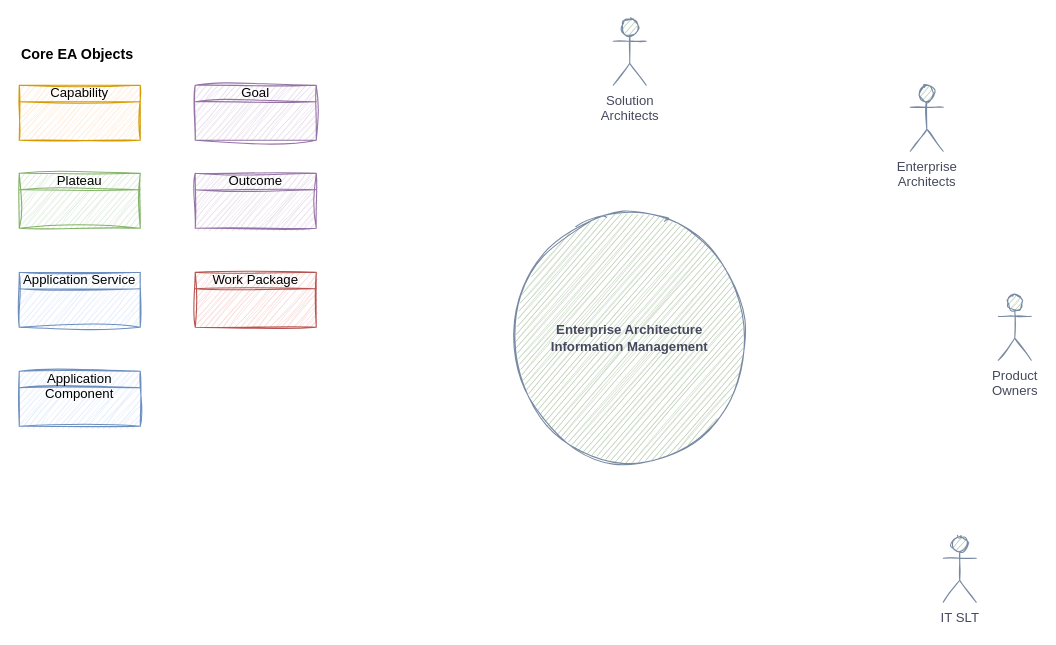
This is page "IT Orbus Context" (2 of 2) of TOM Management.drawio from martinlt/reference, a draw.io file, before an edit. Source tidied: cells renumbered, new cells numbered last; positions are measured from the earlier drawing's top-left corner, leaving out a move shared by most shapes. Both pictures are drawn from the tidied source at 110%, with x=0, y=0 at pixel (19, 19).
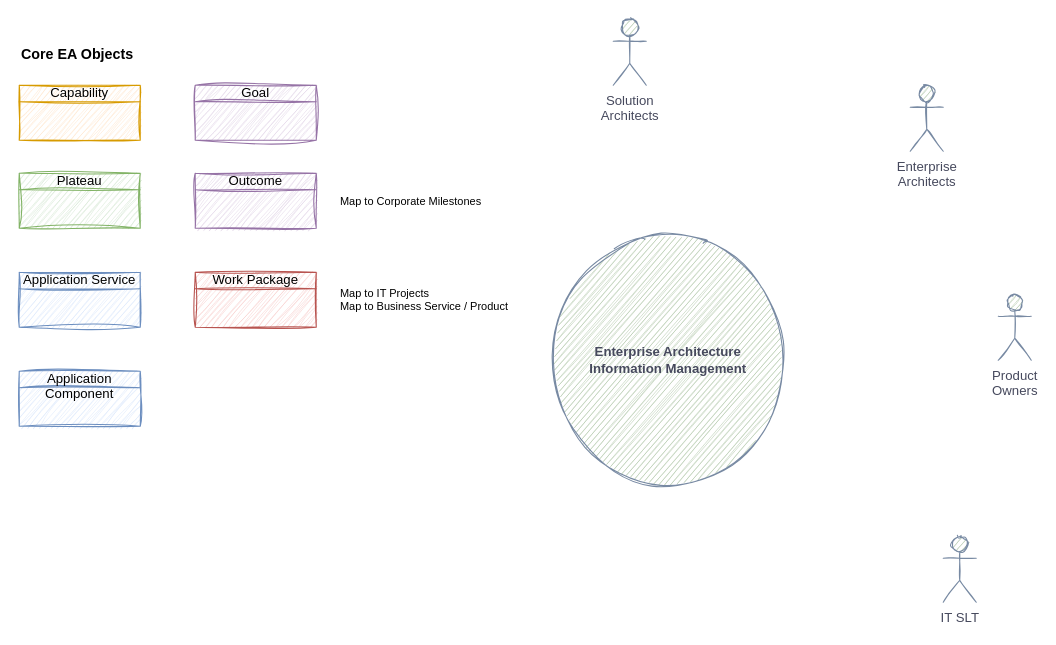
After the change.

Diff of the diagram source:
```diff
@@
 <mxGraphModel>
   <root>
     <mxCell id="0" />
     <mxCell id="1" parent="0" />
     <mxCell id="2" value="Enterprise Architecture&lt;br&gt;Information Management" style="ellipse;whiteSpace=wrap;html=1;sketch=1;fillColor=#B2C9AB;strokeColor=#788AA3;fontColor=#46495D;fontStyle=1;" parent="1" vertex="1">
-      <mxGeometry x="445" y="180" width="220" height="220" as="geometry" />
+      <mxGeometry x="480" y="200" width="220" height="220" as="geometry" />
     </mxCell>
     <mxCell id="3" value="Solution&lt;br&gt;Architects" style="shape=umlActor;verticalLabelPosition=bottom;verticalAlign=top;html=1;rounded=0;sketch=1;fillColor=#B2C9AB;strokeColor=#788AA3;fontColor=#46495D;" parent="1" vertex="1">
       <mxGeometry x="540" width="30" height="60" as="geometry" />
     </mxCell>
     <mxCell id="4" value="IT SLT" style="shape=umlActor;verticalLabelPosition=bottom;verticalAlign=top;html=1;rounded=0;sketch=1;fillColor=#B2C9AB;strokeColor=#788AA3;fontColor=#46495D;" parent="1" vertex="1">
       <mxGeometry x="840" y="470" width="30" height="60" as="geometry" />
     </mxCell>
     <mxCell id="5" value="Enterprise&lt;br&gt;Architects" style="shape=umlActor;verticalLabelPosition=bottom;verticalAlign=top;html=1;rounded=0;sketch=1;fillColor=#B2C9AB;strokeColor=#788AA3;fontColor=#46495D;" parent="1" vertex="1">
       <mxGeometry x="810" y="60" width="30" height="60" as="geometry" />
     </mxCell>
     <mxCell id="6" value="Product&lt;br&gt;Owners" style="shape=umlActor;verticalLabelPosition=bottom;verticalAlign=top;html=1;rounded=0;sketch=1;fillColor=#B2C9AB;strokeColor=#788AA3;fontColor=#46495D;" parent="1" vertex="1">
       <mxGeometry x="890" y="250" width="30" height="60" as="geometry" />
     </mxCell>
     <mxCell id="7" value="Core EA Objects" style="text;strokeColor=none;fillColor=none;html=1;fontSize=13;fontStyle=1;verticalAlign=middle;align=left;" parent="1" vertex="1">
       <mxGeometry y="20" width="260" height="24" as="geometry" />
     </mxCell>
     <mxCell id="8" value="Capability" style="html=1;whiteSpace=wrap;fillColor=#ffe6cc;shape=mxgraph.archimate3.businessObject;overflow=fill;sketch=1;curveFitting=1;jiggle=2;strokeColor=#d79b00;" parent="1" vertex="1">
       <mxGeometry y="60" width="110" height="50" as="geometry" />
     </mxCell>
     <mxCell id="9" value="Goal" style="html=1;whiteSpace=wrap;fillColor=#e1d5e7;shape=mxgraph.archimate3.businessObject;overflow=fill;sketch=1;curveFitting=1;jiggle=2;strokeColor=#9673a6;" parent="1" vertex="1">
       <mxGeometry x="160" y="60" width="110" height="50" as="geometry" />
     </mxCell>
     <mxCell id="10" value="Work Package" style="html=1;whiteSpace=wrap;fillColor=#f8cecc;shape=mxgraph.archimate3.businessObject;overflow=fill;sketch=1;curveFitting=1;jiggle=2;strokeColor=#b85450;" parent="1" vertex="1">
       <mxGeometry x="160" y="230" width="110" height="50" as="geometry" />
     </mxCell>
     <mxCell id="11" value="Outcome" style="html=1;whiteSpace=wrap;fillColor=#e1d5e7;shape=mxgraph.archimate3.businessObject;overflow=fill;sketch=1;curveFitting=1;jiggle=2;strokeColor=#9673a6;" parent="1" vertex="1">
       <mxGeometry x="160" y="140" width="110" height="50" as="geometry" />
     </mxCell>
     <mxCell id="12" value="Application Service" style="html=1;whiteSpace=wrap;fillColor=#dae8fc;shape=mxgraph.archimate3.businessObject;overflow=fill;sketch=1;curveFitting=1;jiggle=2;strokeColor=#6c8ebf;" parent="1" vertex="1">
       <mxGeometry y="230" width="110" height="50" as="geometry" />
     </mxCell>
     <mxCell id="13" value="Plateau" style="html=1;whiteSpace=wrap;fillColor=#d5e8d4;shape=mxgraph.archimate3.businessObject;overflow=fill;sketch=1;curveFitting=1;jiggle=2;strokeColor=#82b366;" parent="1" vertex="1">
       <mxGeometry y="140" width="110" height="50" as="geometry" />
     </mxCell>
     <mxCell id="14" value="Application Component" style="html=1;whiteSpace=wrap;fillColor=#dae8fc;shape=mxgraph.archimate3.businessObject;overflow=fill;sketch=1;curveFitting=1;jiggle=2;strokeColor=#6c8ebf;" parent="1" vertex="1">
       <mxGeometry y="320" width="110" height="50" as="geometry" />
     </mxCell>
+    <mxCell id="15" value="Map to Corporate Milestones" style="text;html=1;strokeColor=none;fillColor=none;align=left;verticalAlign=middle;whiteSpace=wrap;rounded=0;fontSize=10;" parent="1" vertex="1">
+      <mxGeometry x="290" y="150" width="140" height="30" as="geometry" />
+    </mxCell>
+    <mxCell id="16" value="Map to IT Projects&lt;br&gt;Map to Business Service / Product" style="text;html=1;strokeColor=none;fillColor=none;align=left;verticalAlign=middle;whiteSpace=wrap;rounded=0;fontSize=10;" parent="1" vertex="1">
+      <mxGeometry x="290" y="240" width="160" height="30" as="geometry" />
+    </mxCell>
   </root>
 </mxGraphModel>
```
